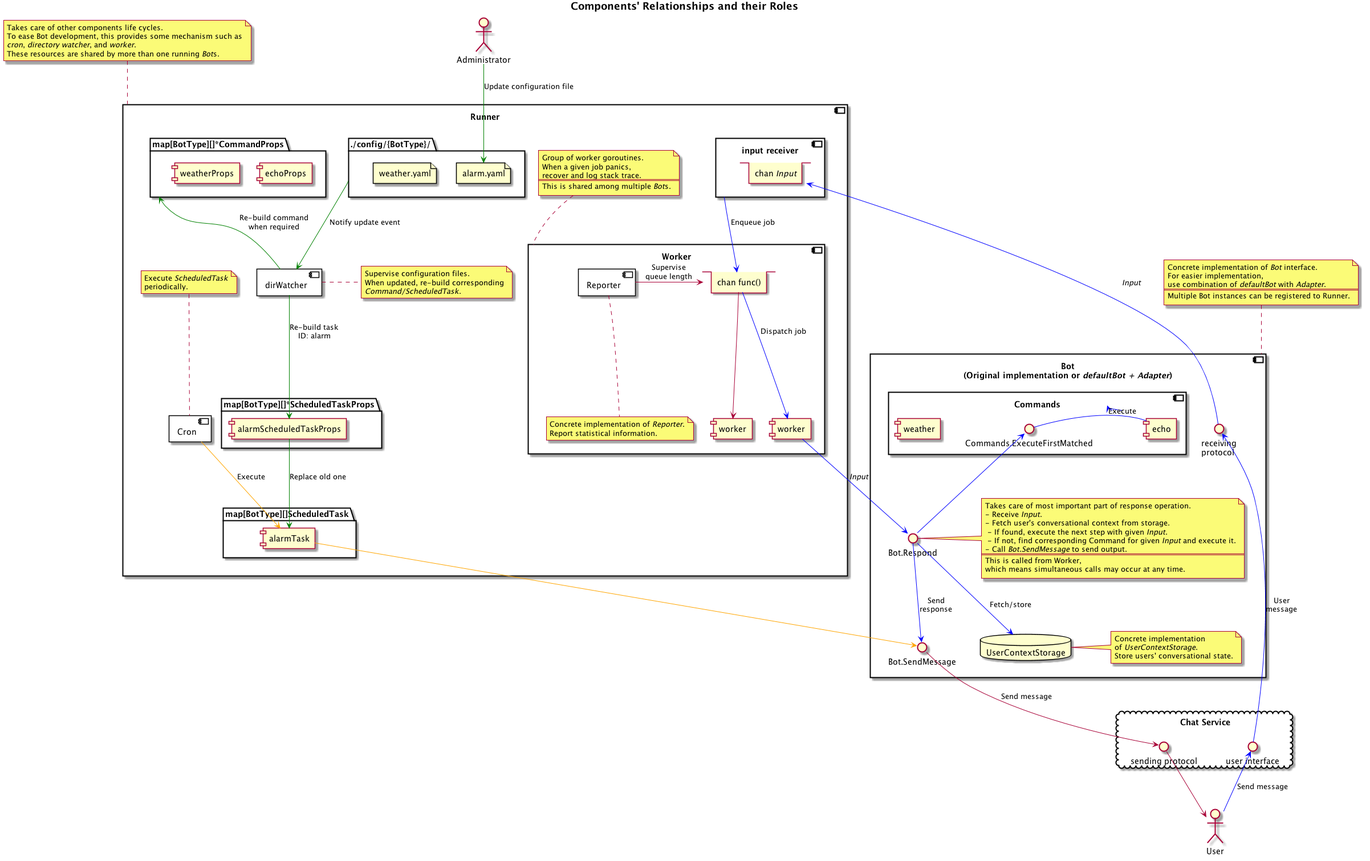
This is doc/uml/component.png from oklahomer/go-sarah, a PlantUML export, as it was before one commit. Its diagram source:
```plantuml
@startuml

title **Components' Relationships and their Roles**


actor User as user

cloud "Chat Service" as chatService {
    interface "user interface" as userInterface
    interface "sending protocol" as botSendingProtocol
}

component "Bot\n(Original implementation or //defaultBot + Adapter//)" as bot {
    database "UserContextStorage" as botStorage
    note right of botStorage
    Concrete implementation
    of //UserContextStorage//.
    Store users' conversational state.
    end note

    component "Commands" as botCommands {
        interface "Commands.ExecuteFirstMatched" as executeFirstMatched
        component "echo" as echo
        component "weather" as weather
    }

    interface "Bot.Respond" as botRespond
    note right of botRespond
    Takes care of most important part of response operation.
    - Receive //Input//.
    - Fetch user's conversational context from storage.
     - If found, execute the next step with given //Input//.
     - If not, find corresponding Command for given //Input// and execute it.
    - Call //Bot.SendMessage// to send output.
    ===
    This is called from Worker,
    which means simultaneous calls may occur at any time.
    end note
    interface "Bot.SendMessage" as botSendMessage
    interface "receiving\nprotocol" as receivingProtocol
}
note top of bot
Concrete implementation of //Bot// interface.
For easier implementation,
use combination of //defaultBot// with //Adapter//.
===
Multiple Bot instances can be registered to Runner.
end note

component "Runner" as runner {

    component "input receiver" as inputReceiver {
        queue "chan //Input//" as inputCh
    }

    component "Worker" as worker {
        queue "chan func()" as workerJobCh

        [worker] as worker1
        [worker] as worker2
        component "Reporter" as workerReporter {
        }
        note bottom of workerReporter
        Concrete implementation of //Reporter//.
        Report statistical information.
        end note
    }
    note top of worker
    Group of worker goroutines.
    When a given job panics,
    recover and log stack trace.
    ===
    This is shared among multiple //Bot//s.
    end note

    component "dirWatcher" as dirWatcher {
    }
    note right of dirWatcher
    Supervise configuration files.
    When updated, re-build corresponding
    //Command/////ScheduledTask//.
    end note

    component "Cron" as cron {
    }
    note top of cron
    Execute //ScheduledTask//
    periodically.
    end note

    package "map[BotType][]ScheduledTask" {
        [alarmTask] as alarm
    }

    package "map[BotType][]*ScheduledTaskProps" {
        [alarmScheduledTaskProps] as alarmTaskProps
    }

    package "map[BotType][]*CommandProps" as commandProps {
        [echoProps] as echoProps
        [weatherProps] as weatherProps
    }

    folder "./config/{BotType}/" as configDir {
        file alarm.yaml
        file weather.yaml
    }
}
note top of runner
Takes care of other components life cycles.
To ease Bot development, this provides some mechanism such as
//cron//, //directory watcher//, and //worker//.
These resources are shared by more than one running //Bot//s.
end note

actor Administrator as admin


user -[#blue]up-> userInterface : Send message
userInterface -[#blue]up-> receivingProtocol : User\nmessage
receivingProtocol -[#blue]> inputCh : //Input//
inputReceiver -[#blue]> workerJobCh : Enqueue job
workerJobCh -[#blue]down-> worker1 : Dispatch job
workerJobCh -down-> worker2

worker1 -[#blue]> botRespond : //Input//
botRespond -[#blue]up-> executeFirstMatched
executeFirstMatched -[#blue]right-> echo : Execute
botRespond -[#blue]down-> botSendMessage : Send\nresponse
botSendMessage -down-> botSendingProtocol : Send message
botSendingProtocol -down-> user
botRespond -[#blue]down-> botStorage : Fetch/store

workerReporter -> workerJobCh : Supervise\nqueue length

cron -[#orange]> alarm : Execute
alarm -[#orange]> botSendMessage

admin -[#green]down-> alarm.yaml : Update configuration file
configDir -[#green]down-> dirWatcher : Notify update event
dirWatcher -[#green]> alarmTaskProps : Re-build task\nID: alarm
dirWatcher -[#green]up-> commandProps : Re-build command\nwhen required
alarmTaskProps -[#green]down-> alarm : Replace old one

@enduml
```
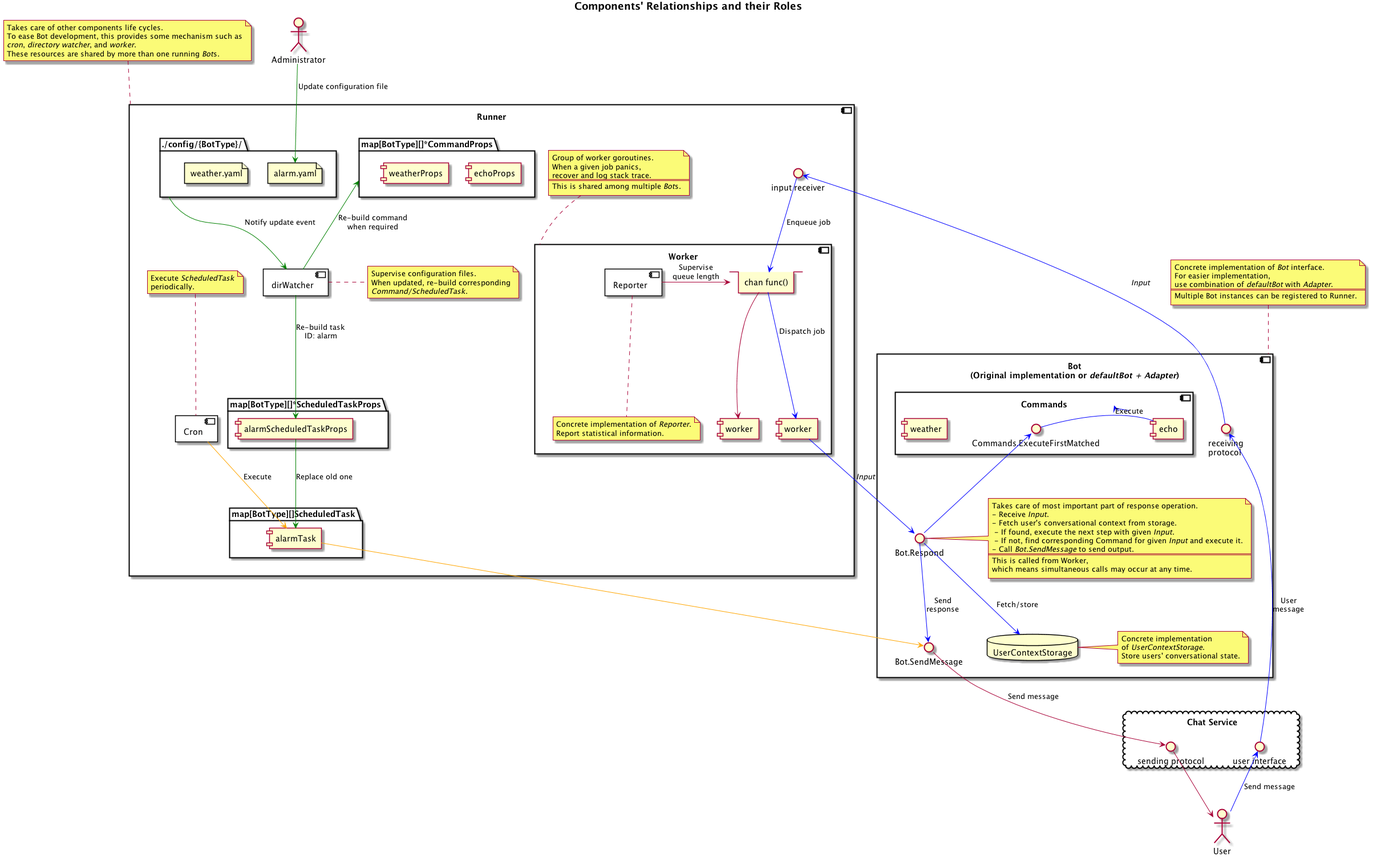
After the commit.

Commit message:
Apply change to UML

Diff of the diagram source:
```diff
@@ -49,9 +49,7 @@
 
 component "Runner" as runner {
 
-    component "input receiver" as inputReceiver {
-        queue "chan //Input//" as inputCh
-    }
+    interface "input receiver" as inputReceiver
 
     component "Worker" as worker {
         queue "chan func()" as workerJobCh
@@ -118,7 +116,7 @@
 
 user -[#blue]up-> userInterface : Send message
 userInterface -[#blue]up-> receivingProtocol : User\nmessage
-receivingProtocol -[#blue]> inputCh : //Input//
+receivingProtocol -[#blue]> inputReceiver : //Input//
 inputReceiver -[#blue]> workerJobCh : Enqueue job
 workerJobCh -[#blue]down-> worker1 : Dispatch job
 workerJobCh -down-> worker2
```
